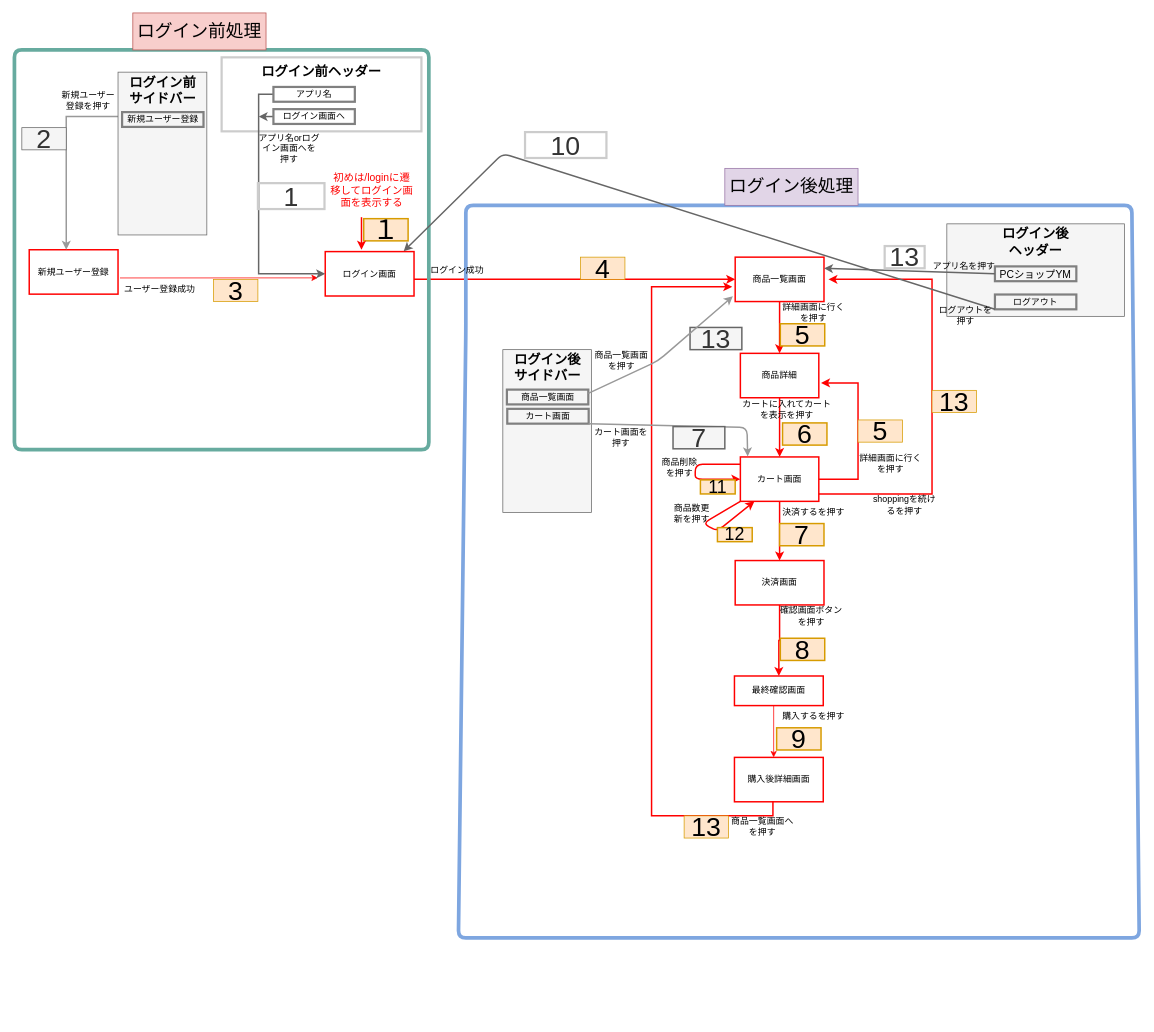
YumaMaruyama/ITworksTRYshopping keeps this draw.io diagram as page "画面推移図" (19 of 21) of src/main/resources/templates/shopping/Untitled Diagram.drawio. Above is the earlier version. Source tidied: cells renumbered, new cells numbered last; positions are measured from the earlier drawing's top-left corner, leaving out a move shared by most shapes. Both pictures are drawn from the tidied source at 74%, with x=0, y=0 at pixel (14, 13).
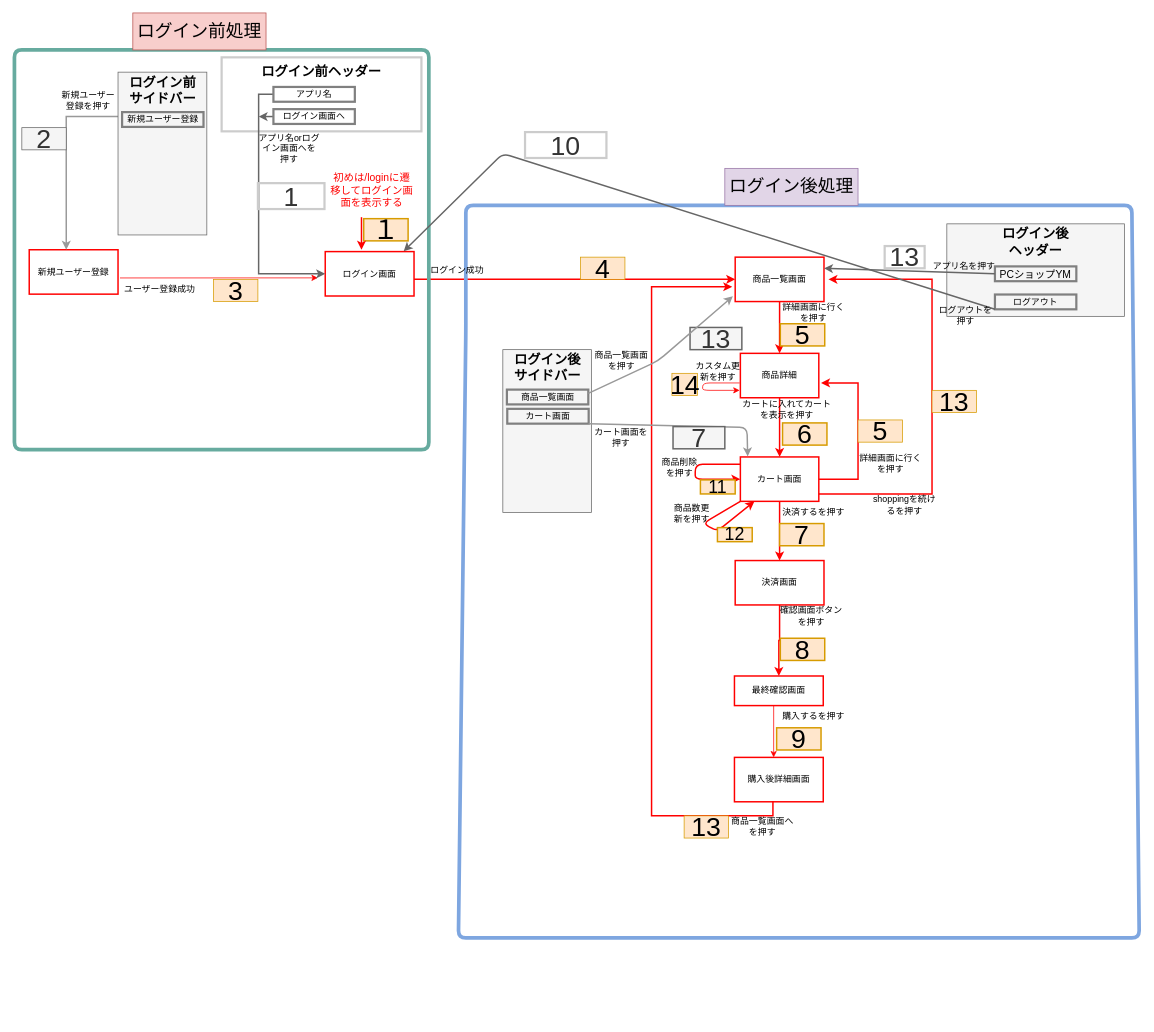
The same diagram, later.

What changed in the source:
```diff
@@
+    <mxCell id="95" value="&lt;span style=&quot;font-size: 36px&quot;&gt;14&lt;/span&gt;" style="rounded=0;whiteSpace=wrap;html=1;fillColor=#ffe6cc;strokeColor=#d79b00;" parent="1" vertex="1">
+      <mxGeometry x="888.5" y="487" width="34.5" height="30" as="geometry" />
+    </mxCell>
+    <mxCell id="96" style="endArrow=classic;html=1;strokeColor=#FF0000;" parent="1" edge="1">
+      <mxGeometry relative="1" as="geometry">
+        <mxPoint x="980" y="500" as="sourcePoint" />
+        <mxPoint x="980" y="510" as="targetPoint" />
+        <Array as="points">
+          <mxPoint x="930" y="500" />
+          <mxPoint x="930" y="510" />
+        </Array>
+      </mxGeometry>
+    </mxCell>
+    <mxCell id="97" value="カスタム更新を押す" style="text;html=1;strokeColor=none;fillColor=none;align=center;verticalAlign=middle;whiteSpace=wrap;rounded=0;" parent="1" vertex="1">
+      <mxGeometry x="915.5" y="474" width="70" height="20" as="geometry" />
+    </mxCell>
```
